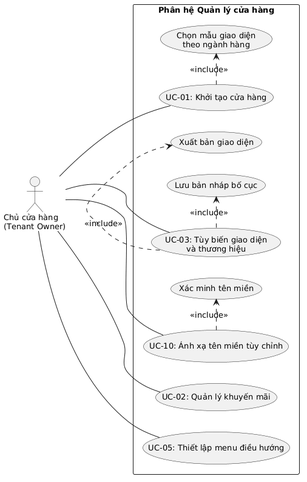
Earlier version of the PlantUML export Hinhve/Chuong2/usecase_quan_ly_shop.png (tvgx/SoICT_Mau_DATN_Ung_dung).
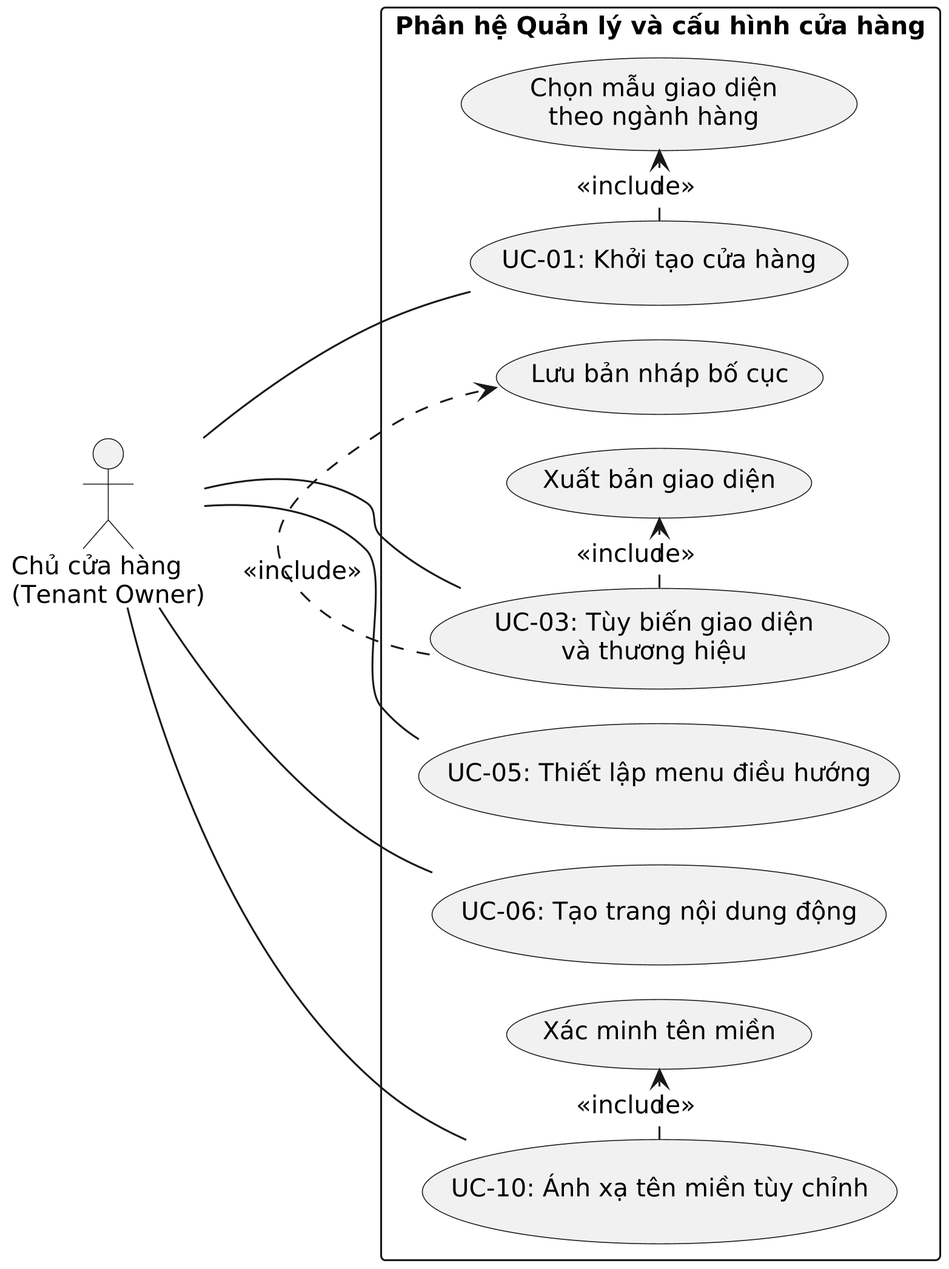
The same file after the commit.

The edit, as a diff of the source:
```diff
@@ -1,27 +1,30 @@
 @startuml
 left to right direction
+!pragma layout smetana
+skinparam dpi 300
+skinparam defaultFontName "DejaVu Sans"
 skinparam monochrome true
 skinparam shadowing false
 skinparam defaultFontSize 13
 skinparam packageStyle rectangle
 actor "Chủ cửa hàng\n(Tenant Owner)" as Tenant
 
-rectangle "Phân hệ Quản lý cửa hàng" {
+rectangle "Phân hệ Quản lý và cấu hình cửa hàng" {
   usecase "UC-01: Khởi tạo cửa hàng" as UC01
   usecase "Chọn mẫu giao diện\ntheo ngành hàng" as UCtpl
-  usecase "UC-02: Quản lý khuyến mãi" as UC02
   usecase "UC-03: Tùy biến giao diện\nvà thương hiệu" as UC03
   usecase "Lưu bản nháp bố cục" as UCdraft
   usecase "Xuất bản giao diện" as UCpub
   usecase "UC-05: Thiết lập menu điều hướng" as UC05
+  usecase "UC-06: Tạo trang nội dung động" as UC06
   usecase "UC-10: Ánh xạ tên miền tùy chỉnh" as UC10
   usecase "Xác minh tên miền" as UCverify
 }
 
 Tenant -- UC01
-Tenant -- UC02
 Tenant -- UC03
 Tenant -- UC05
+Tenant -- UC06
 Tenant -- UC10
 
 UC01 .> UCtpl : <<include>>
```
